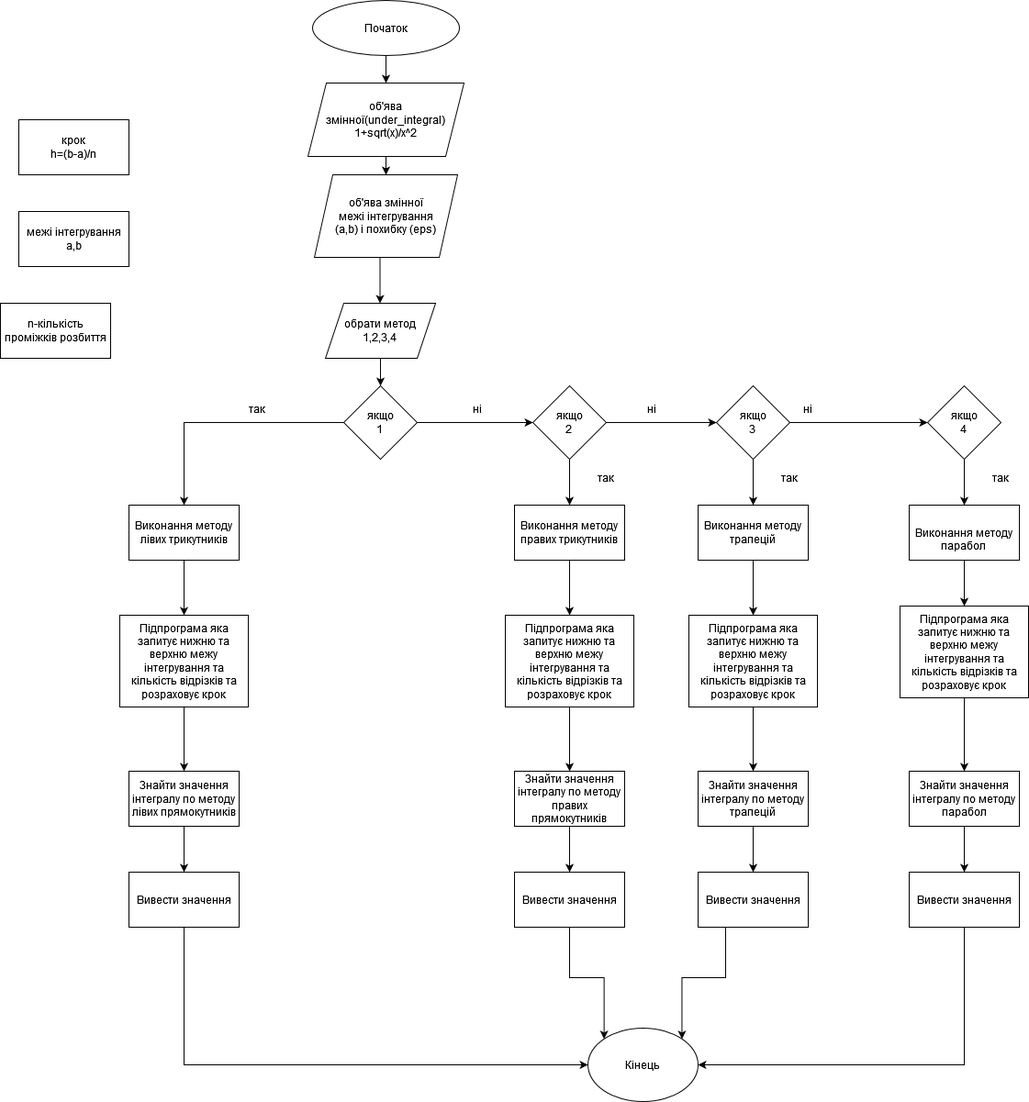
VolodymyrLutskevych-PE-12/Lab_2_Volodymyr-Lutskevych_PE-12_-1- keeps this draw.io diagram as Луцкевич_Володимир_РЕ-12_Схема_.drawio.png. Above is the earlier version. Source tidied: cells renumbered, new cells last; positions are measured from the earlier drawing's top-left corner, leaving out a move shared by most shapes.
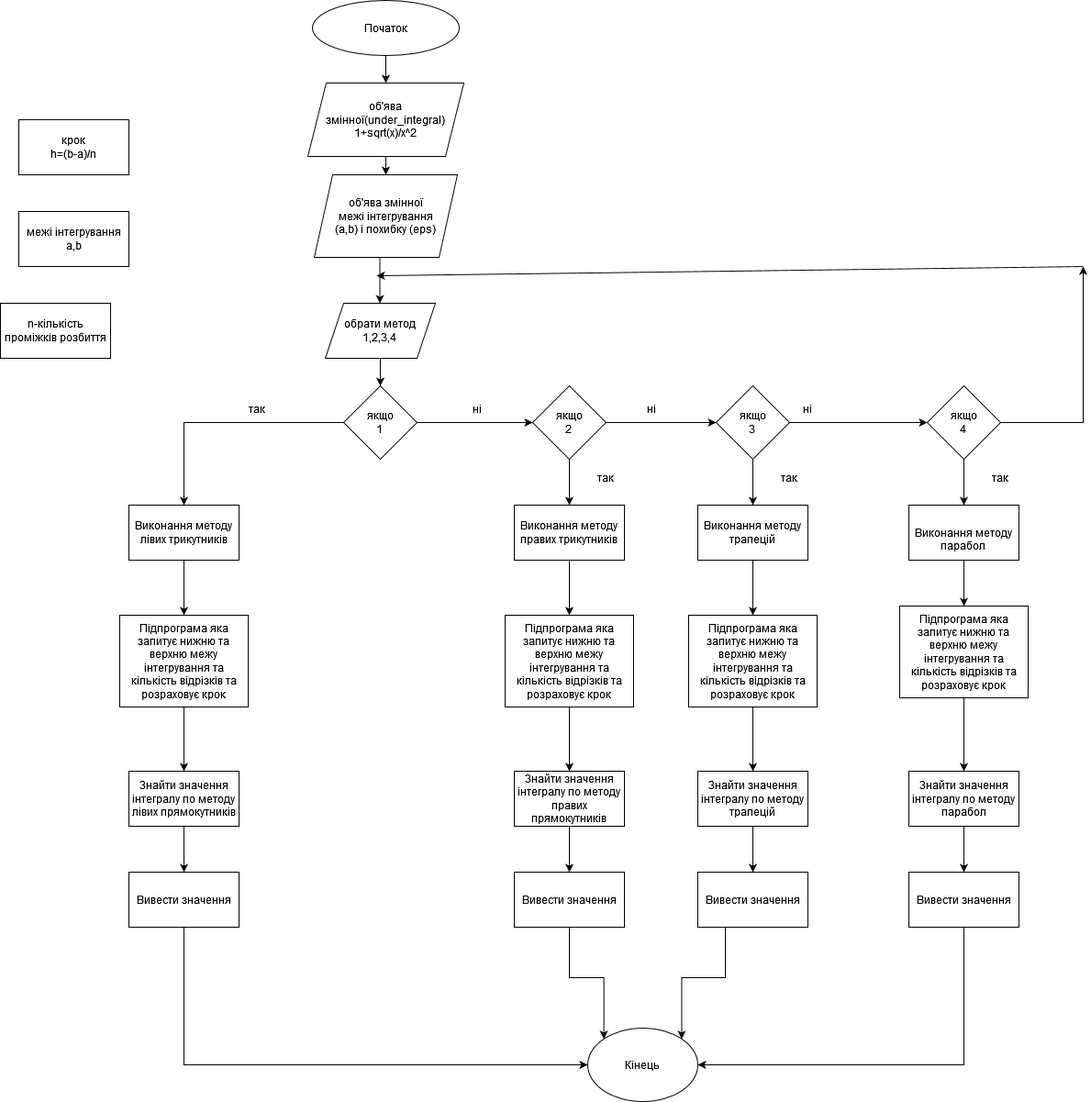
After the change.

Diff of the diagram source:
```diff
@@ -76,6 +76,11 @@
     <mxCell id="24" style="edgeStyle=orthogonalEdgeStyle;rounded=0;jettySize=auto;html=1;exitX=0.5;exitY=1;exitDx=0;exitDy=0;entryX=0.5;entryY=0;entryDx=0;entryDy=0;" parent="1" edge="1" source="25" target="35">
       <mxGeometry relative="1" as="geometry" />
     </mxCell>
+    <mxCell id="64" style="edgeStyle=orthogonalEdgeStyle;rounded=0;jettySize=auto;html=1;exitX=1;exitY=0.5;exitDx=0;exitDy=0;" parent="1" edge="1" source="25">
+      <mxGeometry relative="1" as="geometry">
+        <mxPoint x="1180" y="290" as="targetPoint" />
+      </mxGeometry>
+    </mxCell>
     <mxCell id="25" value="&lt;div&gt;якщо&lt;/div&gt;&lt;div&gt;4&lt;br&gt;&lt;/div&gt;" style="rhombus;whiteSpace=wrap;html=1;" parent="1" vertex="1">
       <mxGeometry x="1010" y="420" width="80" height="80" as="geometry" />
     </mxCell>
@@ -193,5 +198,11 @@
     <mxCell id="63" value="Кінець" style="ellipse;whiteSpace=wrap;html=1;" parent="1" vertex="1">
       <mxGeometry x="640" y="1120" width="120" height="80" as="geometry" />
     </mxCell>
+    <mxCell id="65" style="endArrow=classic;html=1;rounded=0;" parent="1" edge="1">
+      <mxGeometry relative="1" as="geometry">
+        <mxPoint x="1180" y="290" as="sourcePoint" />
+        <mxPoint x="410" y="300" as="targetPoint" />
+      </mxGeometry>
+    </mxCell>
   </root>
 </mxGraphModel>
```
